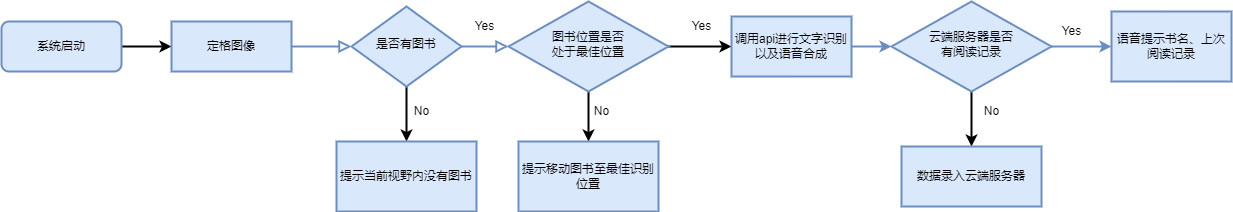
Lelucermaire111/Intelligent-blind-assistance-system keeps this draw.io diagram as Pictures/Software Diagram.png. Above is the earlier version. Source tidied: cells renumbered, new cells last; positions are measured from the earlier drawing's top-left corner, leaving out a move shared by most shapes.
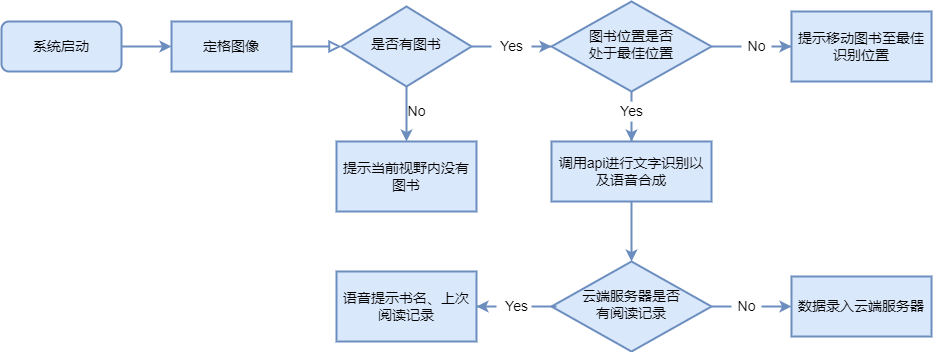
Above is the later version.

Change to the diagram source:
```diff
@@ -2,77 +2,100 @@
   <root>
     <mxCell id="0" />
     <mxCell id="1" parent="0" />
-    <mxCell id="2" style="rounded=0;html=1;jettySize=auto;fontSize=11;endArrow=block;endFill=0;endSize=8;strokeWidth=2;shadow=0;labelBackgroundColor=none;edgeStyle=orthogonalEdgeStyle;startArrow=none;fillColor=#dae8fc;strokeColor=#6c8ebf;" parent="1" edge="1" source="11" target="7">
+    <mxCell id="2" style="rounded=0;html=1;jettySize=auto;fontSize=14;endArrow=block;endFill=0;endSize=8;strokeWidth=2;shadow=0;labelBackgroundColor=none;edgeStyle=orthogonalEdgeStyle;startArrow=none;fillColor=#dae8fc;strokeColor=#6c8ebf;" parent="1" edge="1" source="11" target="7">
       <mxGeometry relative="1" as="geometry" />
     </mxCell>
-    <mxCell id="3" style="edgeStyle=orthogonalEdgeStyle;rounded=0;jettySize=auto;html=1;strokeWidth=2;" parent="1" edge="1" source="4" target="11">
+    <mxCell id="3" style="edgeStyle=orthogonalEdgeStyle;rounded=0;jettySize=auto;html=1;strokeWidth=2;fontSize=14;fillColor=#dae8fc;strokeColor=#6c8ebf;" parent="1" edge="1" source="4" target="11">
       <mxGeometry relative="1" as="geometry" />
     </mxCell>
-    <mxCell id="4" value="系统启动" style="rounded=1;whiteSpace=wrap;html=1;fontSize=12;glass=0;strokeWidth=2;shadow=0;fillColor=#dae8fc;strokeColor=#6c8ebf;" parent="1" vertex="1">
+    <mxCell id="4" value="系统启动" style="rounded=1;whiteSpace=wrap;html=1;fontSize=14;glass=0;strokeWidth=2;shadow=0;fillColor=#dae8fc;strokeColor=#6c8ebf;" parent="1" vertex="1">
       <mxGeometry y="20" width="120" height="50" as="geometry" />
     </mxCell>
-    <mxCell id="5" value="Yes" style="rounded=0;html=1;jettySize=auto;fontSize=11;endArrow=block;endFill=0;endSize=8;strokeWidth=2;shadow=0;labelBackgroundColor=none;edgeStyle=orthogonalEdgeStyle;fillColor=#dae8fc;strokeColor=#6c8ebf;" parent="1" edge="1" source="7" target="10">
-      <mxGeometry y="20" relative="1" as="geometry" />
-    </mxCell>
-    <mxCell id="6" style="edgeStyle=orthogonalEdgeStyle;rounded=0;jettySize=auto;html=1;strokeWidth=2;" parent="1" edge="1" source="7" target="14">
+    <mxCell id="6" style="edgeStyle=orthogonalEdgeStyle;rounded=0;jettySize=auto;html=1;strokeWidth=2;fontSize=14;fillColor=#dae8fc;strokeColor=#6c8ebf;" parent="1" edge="1" source="7" target="14">
       <mxGeometry relative="1" as="geometry" />
     </mxCell>
+    <mxCell id="26" style="edgeStyle=orthogonalEdgeStyle;rounded=0;jettySize=auto;html=1;fontSize=14;strokeWidth=2;entryX=0;entryY=0.5;entryDx=0;entryDy=0;fillColor=#dae8fc;strokeColor=#6c8ebf;startArrow=none;" parent="1" edge="1" source="40" target="10">
+      <mxGeometry relative="1" as="geometry" />
+    </mxCell>
-    <mxCell id="7" value="是否有图书" style="rhombus;whiteSpace=wrap;html=1;shadow=0;fontFamily=Helvetica;fontSize=12;align=center;strokeWidth=2;spacing=6;spacingTop=-4;fillColor=#dae8fc;strokeColor=#6c8ebf;" parent="1" vertex="1">
-      <mxGeometry x="350" y="5" width="110" height="80" as="geometry" />
+    <mxCell id="7" value="是否有图书" style="rhombus;whiteSpace=wrap;html=1;shadow=0;fontFamily=Helvetica;fontSize=14;align=center;strokeWidth=2;spacing=6;spacingTop=-4;fillColor=#dae8fc;strokeColor=#6c8ebf;" parent="1" vertex="1">
+      <mxGeometry x="340" y="5" width="130" height="80" as="geometry" />
     </mxCell>
-    <mxCell id="8" style="edgeStyle=orthogonalEdgeStyle;rounded=0;jettySize=auto;html=1;strokeWidth=2;" parent="1" edge="1" source="10" target="15">
-      <mxGeometry relative="1" as="geometry" />
-    </mxCell>
-    <mxCell id="9" style="edgeStyle=orthogonalEdgeStyle;rounded=0;jettySize=auto;html=1;strokeWidth=2;" parent="1" edge="1" source="10" target="13">
-      <mxGeometry relative="1" as="geometry" />
-    </mxCell>
+    <mxCell id="11" value="定格图像" style="rounded=0;whiteSpace=wrap;html=1;fillColor=#dae8fc;strokeColor=#6c8ebf;strokeWidth=2;fontSize=14;" parent="1" vertex="1">
+      <mxGeometry x="170" y="20" width="120" height="50" as="geometry" />
+    </mxCell>
+    <mxCell id="14" value="提示当前视野内没有图书" style="rounded=0;whiteSpace=wrap;html=1;strokeWidth=2;fillColor=#dae8fc;strokeColor=#6c8ebf;fontSize=14;" parent="1" vertex="1">
+      <mxGeometry x="335" y="140" width="140" height="70" as="geometry" />
+    </mxCell>
+    <mxCell id="27" style="edgeStyle=orthogonalEdgeStyle;rounded=0;jettySize=auto;html=1;startArrow=none;fontSize=14;strokeWidth=2;fillColor=#dae8fc;strokeColor=#6c8ebf;" parent="1" edge="1" source="37" target="13">
+      <mxGeometry relative="1" as="geometry" />
+    </mxCell>
+    <mxCell id="28" style="edgeStyle=orthogonalEdgeStyle;rounded=0;jettySize=auto;html=1;startArrow=none;fontSize=14;strokeWidth=2;fillColor=#dae8fc;strokeColor=#6c8ebf;" parent="1" edge="1" source="35" target="15">
+      <mxGeometry relative="1" as="geometry" />
+    </mxCell>
-    <mxCell id="10" value="图书位置是否&lt;br&gt;处于最佳位置" style="rhombus;whiteSpace=wrap;html=1;shadow=0;fontFamily=Helvetica;fontSize=12;align=center;strokeWidth=2;spacing=6;spacingTop=-4;fillColor=#dae8fc;strokeColor=#6c8ebf;" parent="1" vertex="1">
-      <mxGeometry x="507" width="160" height="90" as="geometry" />
+    <mxCell id="10" value="图书位置是否&lt;br style=&quot;font-size: 14px;&quot;&gt;处于最佳位置" style="rhombus;whiteSpace=wrap;html=1;shadow=0;fontFamily=Helvetica;fontSize=14;align=center;strokeWidth=2;spacing=6;spacingTop=-4;fillColor=#dae8fc;strokeColor=#6c8ebf;" parent="1" vertex="1">
+      <mxGeometry x="550" width="160" height="90" as="geometry" />
     </mxCell>
-    <mxCell id="11" value="定格图像" style="rounded=0;whiteSpace=wrap;html=1;fillColor=#dae8fc;strokeColor=#6c8ebf;strokeWidth=2;" parent="1" vertex="1">
-      <mxGeometry x="170" y="20" width="120" height="50" as="geometry" />
-    </mxCell>
-    <mxCell id="12" style="edgeStyle=orthogonalEdgeStyle;rounded=0;jettySize=auto;html=1;strokeWidth=2;fillColor=#dae8fc;strokeColor=#6c8ebf;" parent="1" edge="1" source="13" target="18">
+    <mxCell id="12" style="edgeStyle=orthogonalEdgeStyle;rounded=0;jettySize=auto;html=1;strokeWidth=2;fillColor=#dae8fc;strokeColor=#6c8ebf;fontSize=14;" parent="1" edge="1" source="13" target="18">
       <mxGeometry relative="1" as="geometry" />
     </mxCell>
-    <mxCell id="13" value="调用api进行文字识别以及语音合成" style="rounded=0;whiteSpace=wrap;html=1;strokeWidth=2;fillColor=#dae8fc;strokeColor=#6c8ebf;" parent="1" vertex="1">
-      <mxGeometry x="730" y="15" width="120" height="60" as="geometry" />
+    <mxCell id="13" value="调用api进行文字识别以及语音合成" style="rounded=0;whiteSpace=wrap;html=1;strokeWidth=2;fillColor=#dae8fc;strokeColor=#6c8ebf;fontSize=14;" parent="1" vertex="1">
+      <mxGeometry x="550" y="140" width="160" height="60" as="geometry" />
     </mxCell>
-    <mxCell id="14" value="提示当前视野内没有图书" style="rounded=0;whiteSpace=wrap;html=1;strokeWidth=2;fillColor=#dae8fc;strokeColor=#6c8ebf;" parent="1" vertex="1">
-      <mxGeometry x="335" y="140" width="140" height="70" as="geometry" />
-    </mxCell>
-    <mxCell id="15" value="提示移动图书至最佳识别位置" style="rounded=0;whiteSpace=wrap;html=1;strokeWidth=2;fillColor=#dae8fc;strokeColor=#6c8ebf;" parent="1" vertex="1">
-      <mxGeometry x="517" y="140" width="140" height="70" as="geometry" />
+    <mxCell id="15" value="提示移动图书至最佳识别位置" style="rounded=0;whiteSpace=wrap;html=1;strokeWidth=2;fillColor=#dae8fc;strokeColor=#6c8ebf;fontSize=14;" parent="1" vertex="1">
+      <mxGeometry x="790" y="10" width="140" height="70" as="geometry" />
     </mxCell>
-    <mxCell id="16" style="edgeStyle=orthogonalEdgeStyle;rounded=0;jettySize=auto;html=1;strokeWidth=2;fillColor=#dae8fc;strokeColor=#6c8ebf;" parent="1" edge="1" source="18" target="20">
-      <mxGeometry relative="1" as="geometry" />
-    </mxCell>
-    <mxCell id="17" style="edgeStyle=orthogonalEdgeStyle;rounded=0;jettySize=auto;html=1;strokeWidth=2;" parent="1" edge="1" source="18" target="19">
-      <mxGeometry relative="1" as="geometry" />
-    </mxCell>
+    <mxCell id="29" style="edgeStyle=orthogonalEdgeStyle;rounded=0;jettySize=auto;html=1;strokeWidth=2;startArrow=none;fontSize=14;fillColor=#dae8fc;strokeColor=#6c8ebf;" parent="1" edge="1" source="31" target="20">
+      <mxGeometry relative="1" as="geometry" />
+    </mxCell>
+    <mxCell id="30" style="edgeStyle=orthogonalEdgeStyle;rounded=0;jettySize=auto;html=1;entryX=0;entryY=0.5;entryDx=0;entryDy=0;startArrow=none;fontSize=14;strokeWidth=2;fillColor=#dae8fc;strokeColor=#6c8ebf;" parent="1" edge="1" source="33" target="19">
+      <mxGeometry relative="1" as="geometry" />
+    </mxCell>
-    <mxCell id="18" value="云端服务器是否&lt;br&gt;有阅读记录" style="rhombus;whiteSpace=wrap;html=1;shadow=0;fontFamily=Helvetica;fontSize=12;align=center;strokeWidth=2;spacing=6;spacingTop=-4;fillColor=#dae8fc;strokeColor=#6c8ebf;" parent="1" vertex="1">
-      <mxGeometry x="890" width="160" height="90" as="geometry" />
+    <mxCell id="18" value="云端服务器是否&lt;br style=&quot;font-size: 14px;&quot;&gt;有阅读记录" style="rhombus;whiteSpace=wrap;html=1;shadow=0;fontFamily=Helvetica;fontSize=14;align=center;strokeWidth=2;spacing=6;spacingTop=-4;fillColor=#dae8fc;strokeColor=#6c8ebf;" parent="1" vertex="1">
+      <mxGeometry x="550" y="260" width="160" height="90" as="geometry" />
     </mxCell>
-    <mxCell id="19" value="数据录入云端服务器" style="rounded=0;whiteSpace=wrap;html=1;strokeWidth=2;fillColor=#dae8fc;strokeColor=#6c8ebf;" parent="1" vertex="1">
-      <mxGeometry x="900" y="145" width="140" height="60" as="geometry" />
+    <mxCell id="19" value="数据录入云端服务器" style="rounded=0;whiteSpace=wrap;html=1;strokeWidth=2;fillColor=#dae8fc;strokeColor=#6c8ebf;fontSize=14;" parent="1" vertex="1">
+      <mxGeometry x="790" y="275" width="140" height="60" as="geometry" />
     </mxCell>
-    <mxCell id="20" value="语音提示书名、上次阅读记录" style="rounded=0;whiteSpace=wrap;html=1;strokeWidth=2;fillColor=#dae8fc;strokeColor=#6c8ebf;" parent="1" vertex="1">
-      <mxGeometry x="1110" y="10" width="120" height="70" as="geometry" />
+    <mxCell id="20" value="语音提示书名、上次阅读记录" style="rounded=0;whiteSpace=wrap;html=1;strokeWidth=2;fillColor=#dae8fc;strokeColor=#6c8ebf;fontSize=14;" parent="1" vertex="1">
+      <mxGeometry x="335" y="270" width="140" height="70" as="geometry" />
     </mxCell>
-    <mxCell id="21" value="Yes" style="text;html=1;align=center;verticalAlign=middle;strokeColor=none;fillColor=none;" parent="1" vertex="1">
-      <mxGeometry x="685" y="15" width="30" height="20" as="geometry" />
-    </mxCell>
-    <mxCell id="22" value="No" style="text;html=1;align=center;verticalAlign=middle;strokeColor=none;fillColor=none;" parent="1" vertex="1">
-      <mxGeometry x="405" y="100" width="30" height="20" as="geometry" />
-    </mxCell>
-    <mxCell id="23" value="No" style="text;html=1;align=center;verticalAlign=middle;strokeColor=none;fillColor=none;" parent="1" vertex="1">
-      <mxGeometry x="585" y="100" width="30" height="20" as="geometry" />
-    </mxCell>
-    <mxCell id="24" value="Yes" style="text;html=1;align=center;verticalAlign=middle;strokeColor=none;fillColor=none;" parent="1" vertex="1">
-      <mxGeometry x="1055" y="20" width="30" height="20" as="geometry" />
-    </mxCell>
-    <mxCell id="25" value="No" style="text;html=1;align=center;verticalAlign=middle;strokeColor=none;fillColor=none;" parent="1" vertex="1">
-      <mxGeometry x="975" y="100" width="30" height="20" as="geometry" />
-    </mxCell>
+    <mxCell id="31" value="Yes" style="text;html=1;align=center;verticalAlign=middle;points=[];fontSize=14;strokeWidth=2;" parent="1" vertex="1">
+      <mxGeometry x="495" y="295" width="40" height="20" as="geometry" />
+    </mxCell>
+    <mxCell id="32" style="edgeStyle=orthogonalEdgeStyle;rounded=0;jettySize=auto;html=1;strokeWidth=2;endArrow=none;fontSize=14;fillColor=#dae8fc;strokeColor=#6c8ebf;" parent="1" edge="1" source="18" target="31">
+      <mxGeometry relative="1" as="geometry" />
+    </mxCell>
+    <mxCell id="33" value="No" style="text;html=1;align=center;verticalAlign=middle;points=[];fontSize=14;strokeWidth=2;" parent="1" vertex="1">
+      <mxGeometry x="730" y="295" width="30" height="20" as="geometry" />
+    </mxCell>
+    <mxCell id="34" style="edgeStyle=orthogonalEdgeStyle;rounded=0;jettySize=auto;html=1;entryX=0;entryY=0.5;entryDx=0;entryDy=0;endArrow=none;fontSize=14;strokeWidth=2;fillColor=#dae8fc;strokeColor=#6c8ebf;" parent="1" edge="1" source="18" target="33">
+      <mxGeometry relative="1" as="geometry" />
+    </mxCell>
+    <mxCell id="35" value="No" style="text;html=1;align=center;verticalAlign=middle;points=[];fontSize=14;strokeWidth=2;" parent="1" vertex="1">
+      <mxGeometry x="740" y="35" width="30" height="20" as="geometry" />
+    </mxCell>
+    <mxCell id="36" style="edgeStyle=orthogonalEdgeStyle;rounded=0;jettySize=auto;html=1;endArrow=none;fontSize=14;strokeWidth=2;fillColor=#dae8fc;strokeColor=#6c8ebf;" parent="1" edge="1" source="10" target="35">
+      <mxGeometry relative="1" as="geometry" />
+    </mxCell>
+    <mxCell id="37" value="Yes" style="text;html=1;align=center;verticalAlign=middle;points=[];fontSize=14;strokeWidth=2;" parent="1" vertex="1">
+      <mxGeometry x="610" y="100" width="40" height="20" as="geometry" />
+    </mxCell>
+    <mxCell id="38" style="edgeStyle=orthogonalEdgeStyle;rounded=0;jettySize=auto;html=1;endArrow=none;fontSize=14;strokeWidth=2;fillColor=#dae8fc;strokeColor=#6c8ebf;" parent="1" edge="1" source="10" target="37">
+      <mxGeometry relative="1" as="geometry">
+        <Array as="points">
+          <mxPoint x="640" y="100" />
+          <mxPoint x="640" y="100" />
+        </Array>
+      </mxGeometry>
+    </mxCell>
+    <mxCell id="39" value="No" style="text;html=1;align=center;verticalAlign=middle;strokeColor=none;fillColor=none;fontSize=14;" parent="1" vertex="1">
+      <mxGeometry x="400" y="100" width="30" height="20" as="geometry" />
+    </mxCell>
+    <mxCell id="40" value="Yes" style="text;html=1;align=center;verticalAlign=middle;points=[];fontSize=14;strokeWidth=2;" parent="1" vertex="1">
+      <mxGeometry x="490" y="35" width="40" height="20" as="geometry" />
+    </mxCell>
+    <mxCell id="41" style="edgeStyle=orthogonalEdgeStyle;rounded=0;jettySize=auto;html=1;fontSize=14;strokeWidth=2;entryX=0;entryY=0.5;entryDx=0;entryDy=0;fillColor=#dae8fc;strokeColor=#6c8ebf;endArrow=none;" parent="1" edge="1" source="7" target="40">
+      <mxGeometry relative="1" as="geometry" />
+    </mxCell>
   </root>
 </mxGraphModel>
```
